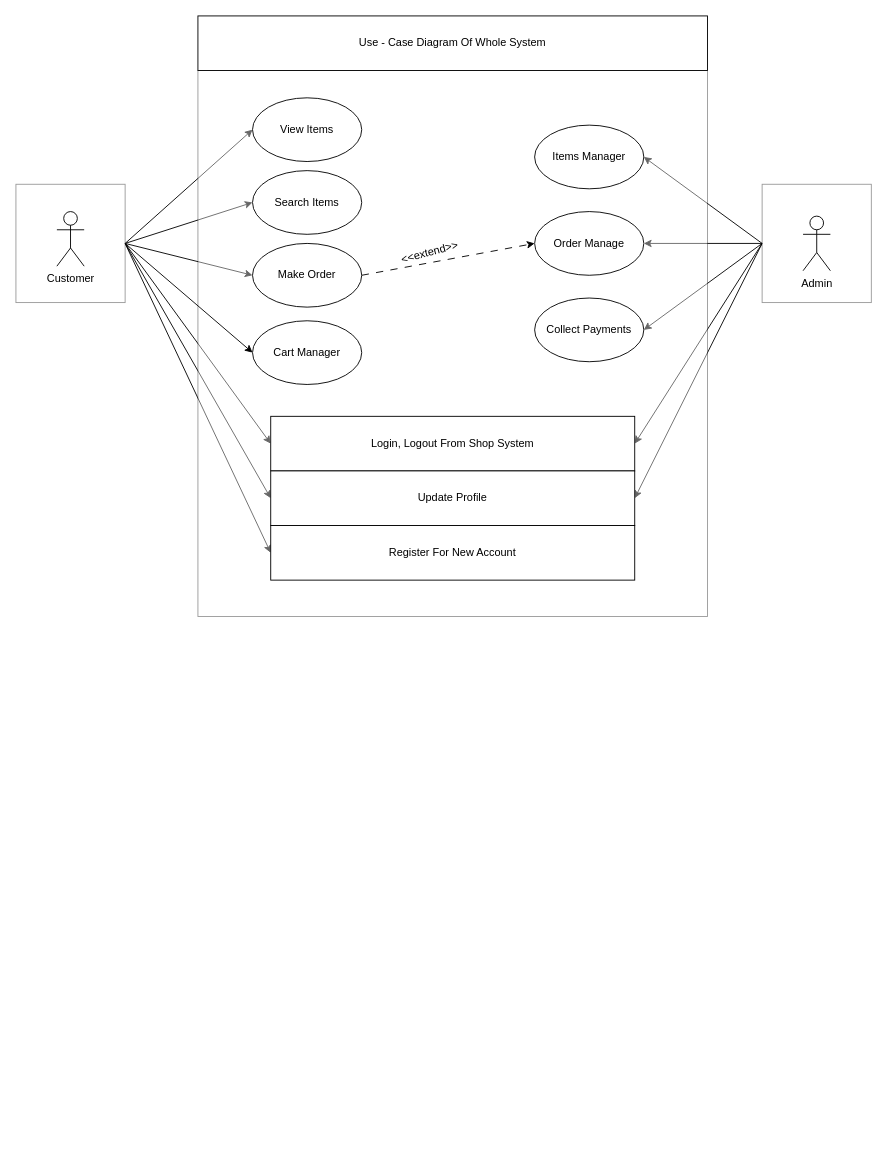
hathongthuong2k3/-n-CNPM keeps this draw.io diagram as UC-DIAGRAM/UC Diagram.drawio. Above is the earlier version. Source tidied: cells renumbered, new cells numbered last; positions are measured from the earlier drawing's top-left corner, leaving out a move shared by most shapes. Both pictures are drawn from the tidied source at 91%, with x=0, y=0 at pixel (15, 15).
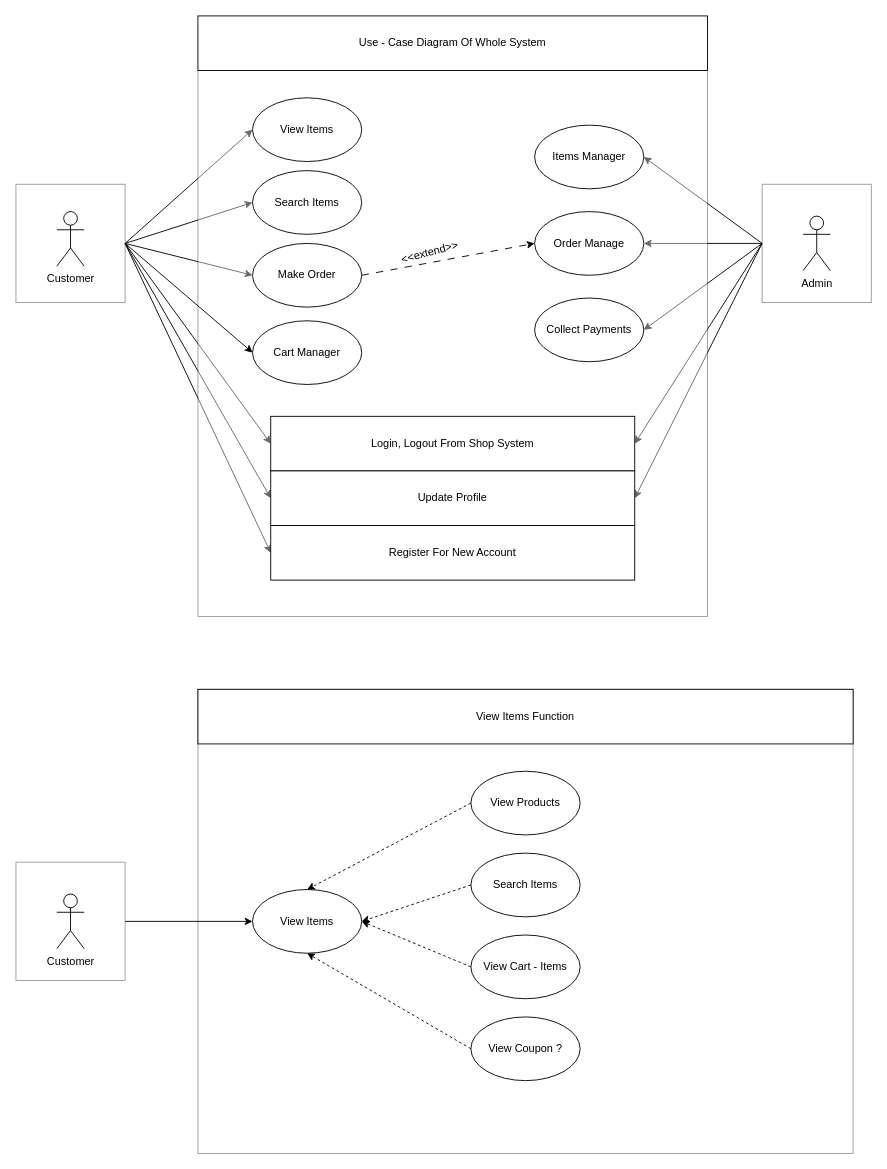
The same page after the edit.

Commit message:
Cập nhật UC Diagram.drawio

What changed in the source:
```diff
@@
+    <mxCell id="32" style="rounded=0;whiteSpace=wrap;html=1;opacity=40;" parent="1" vertex="1">
+      <mxGeometry x="200" y="740" width="720" height="510" as="geometry" />
+    </mxCell>
+    <mxCell id="33" value="View Items Function" style="rounded=0;whiteSpace=wrap;html=1;" parent="1" vertex="1">
+      <mxGeometry x="200" y="740" width="720" height="60" as="geometry" />
+    </mxCell>
+    <mxCell id="34" style="edgeStyle=orthogonalEdgeStyle;rounded=0;jettySize=auto;html=1;" parent="1" edge="1" source="35" target="37">
+      <mxGeometry relative="1" as="geometry" />
+    </mxCell>
+    <mxCell id="35" style="rounded=0;whiteSpace=wrap;html=1;opacity=40;" parent="1" vertex="1">
+      <mxGeometry y="930" width="120" height="130" as="geometry" />
+    </mxCell>
+    <mxCell id="36" value="Customer" style="shape=umlActor;verticalLabelPosition=bottom;verticalAlign=top;html=1;" parent="1" vertex="1">
+      <mxGeometry x="45" y="965" width="30" height="60" as="geometry" />
+    </mxCell>
+    <mxCell id="37" value="View Items" style="ellipse;whiteSpace=wrap;html=1;" parent="1" vertex="1">
+      <mxGeometry x="260" y="960" width="120" height="70" as="geometry" />
+    </mxCell>
+    <mxCell id="38" style="rounded=0;jettySize=auto;html=1;entryX=1;entryY=0.5;entryDx=0;entryDy=0;exitX=0;exitY=0.5;exitDx=0;exitDy=0;dashed=1;" parent="1" edge="1" source="39">
+      <mxGeometry relative="1" as="geometry">
+        <mxPoint x="320" y="960" as="targetPoint" />
+      </mxGeometry>
+    </mxCell>
+    <mxCell id="39" value="View Products" style="ellipse;whiteSpace=wrap;html=1;" parent="1" vertex="1">
+      <mxGeometry x="500" y="830" width="120" height="70" as="geometry" />
+    </mxCell>
+    <mxCell id="40" style="rounded=0;jettySize=auto;html=1;entryX=1;entryY=0.5;entryDx=0;entryDy=0;exitX=0;exitY=0.5;exitDx=0;exitDy=0;dashed=1;" parent="1" edge="1" source="41" target="37">
+      <mxGeometry relative="1" as="geometry" />
+    </mxCell>
+    <mxCell id="41" value="Search Items" style="ellipse;whiteSpace=wrap;html=1;" parent="1" vertex="1">
+      <mxGeometry x="500" y="920" width="120" height="70" as="geometry" />
+    </mxCell>
+    <mxCell id="42" style="rounded=0;jettySize=auto;html=1;entryX=1;entryY=0.5;entryDx=0;entryDy=0;exitX=0;exitY=0.5;exitDx=0;exitDy=0;dashed=1;" parent="1" edge="1" source="43" target="37">
+      <mxGeometry relative="1" as="geometry" />
+    </mxCell>
+    <mxCell id="43" value="View Cart - Items" style="ellipse;whiteSpace=wrap;html=1;" parent="1" vertex="1">
+      <mxGeometry x="500" y="1010" width="120" height="70" as="geometry" />
+    </mxCell>
+    <mxCell id="44" style="rounded=0;jettySize=auto;html=1;entryX=0.5;entryY=1;entryDx=0;entryDy=0;exitX=0;exitY=0.5;exitDx=0;exitDy=0;dashed=1;" parent="1" edge="1" source="45" target="37">
+      <mxGeometry relative="1" as="geometry" />
+    </mxCell>
+    <mxCell id="45" value="View Coupon ?" style="ellipse;whiteSpace=wrap;html=1;" parent="1" vertex="1">
+      <mxGeometry x="500" y="1100" width="120" height="70" as="geometry" />
+    </mxCell>
```
